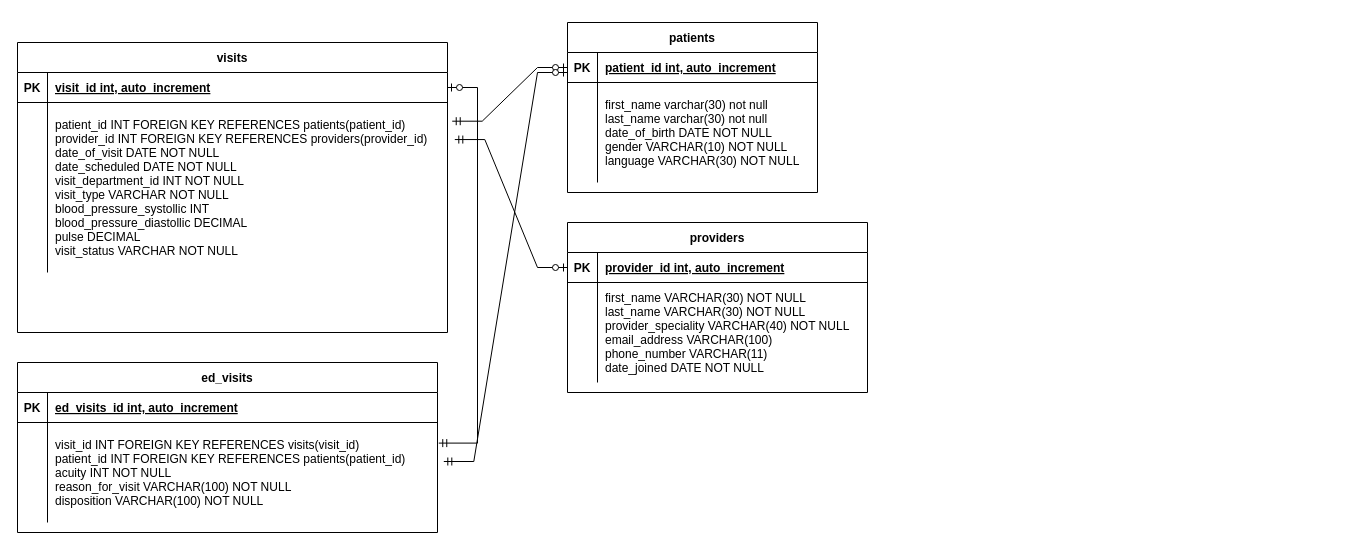
Before: Untitled Diagram.drawio in shadysina/datasharing, a draw.io diagram. Source tidied: cells renumbered, new cells numbered last; positions are measured from the earlier drawing's top-left corner, leaving out a move shared by most shapes. Both pictures are drawn from the tidied source at 100%, with x=0, y=0 at pixel (17, 22).
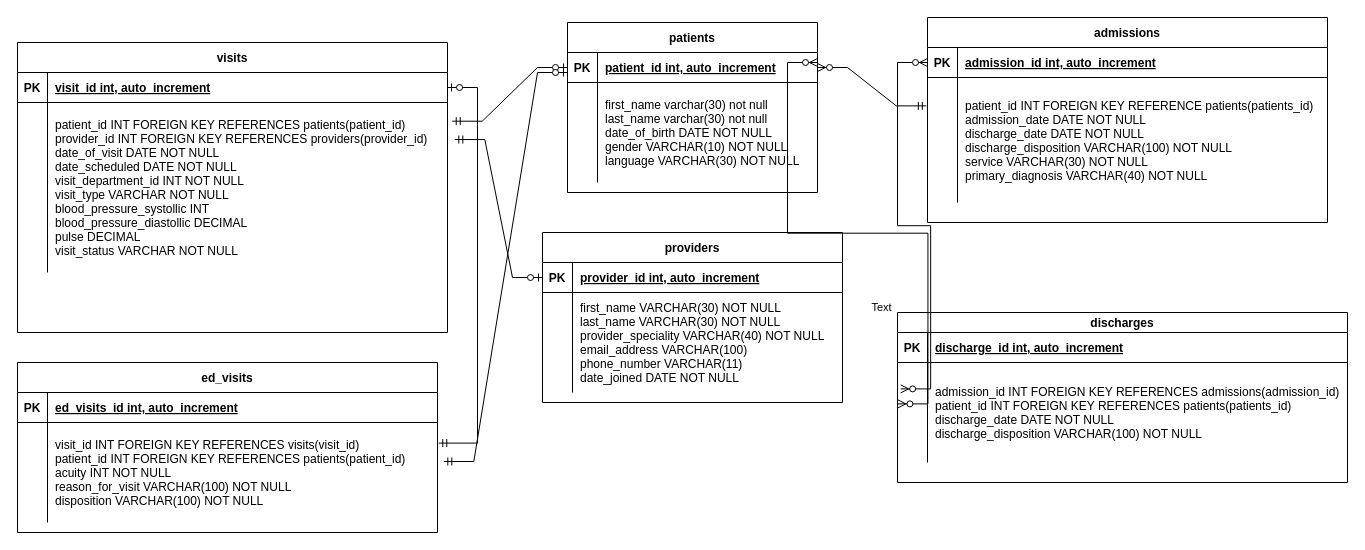
Above is the later version.

Unchanged cells that the change refers to:
```xml
<mxCell id="3" style="shape=partialRectangle;fillColor=none;points=[[0,0.5],[1,0.5]];portConstraint=eastwest;top=0;left=0;right=0;bottom=1;" parent="2" vertex="1">
  <mxGeometry y="30" width="250" height="30" as="geometry" />
</mxCell>
```

Change to the diagram source:
```diff
@@
     <mxCell id="9" value="providers" style="shape=table;startSize=30;childLayout=tableLayout;rowLines=0;fontStyle=1;align=center;" parent="1" vertex="1">
-      <mxGeometry x="550" y="200" width="300" height="170" as="geometry" />
+      <mxGeometry x="525" y="210" width="300" height="170" as="geometry" />
     </mxCell>
@@
+    <mxCell id="34" value="admissions" style="shape=table;startSize=30;childLayout=tableLayout;rowLines=0;fontStyle=1;align=center;" parent="1" vertex="1">
+      <mxGeometry x="910" y="-5" width="400" height="205" as="geometry" />
+    </mxCell>
+    <mxCell id="35" style="shape=partialRectangle;fillColor=none;points=[[0,0.5],[1,0.5]];portConstraint=eastwest;top=0;left=0;right=0;bottom=1;" parent="34" vertex="1">
+      <mxGeometry y="30" width="400" height="30" as="geometry" />
+    </mxCell>
+    <mxCell id="36" value="PK" style="shape=partialRectangle;overflow=hidden;fillColor=none;top=0;left=0;bottom=0;right=0;fontStyle=1;" parent="35" vertex="1">
+      <mxGeometry width="30" height="30" as="geometry" />
+    </mxCell>
+    <mxCell id="37" value="admission_id int, auto_increment" style="shape=partialRectangle;overflow=hidden;fillColor=none;top=0;left=0;bottom=0;right=0;align=left;spacingLeft=6;fontStyle=5;" parent="35" vertex="1">
+      <mxGeometry x="30" width="370" height="30" as="geometry" />
+    </mxCell>
+    <mxCell id="38" style="shape=partialRectangle;fillColor=none;points=[[0,0.5],[1,0.5]];portConstraint=eastwest;top=0;left=0;right=0;bottom=0;" parent="34" vertex="1">
+      <mxGeometry y="60" width="400" height="125" as="geometry" />
+    </mxCell>
+    <mxCell id="39" style="shape=partialRectangle;overflow=hidden;fillColor=none;top=0;left=0;bottom=0;right=0;" parent="38" vertex="1">
+      <mxGeometry width="30" height="125" as="geometry" />
+    </mxCell>
+    <mxCell id="40" value="patient_id INT&#9;FOREIGN KEY REFERENCE patients(patients_id)&#10;admission_date DATE NOT NULL&#10;discharge_date&#9;DATE NOT NULL&#10;discharge_disposition VARCHAR(100) NOT NULL&#10;service&#9;VARCHAR(30) NOT NULL&#10;primary_diagnosis VARCHAR(40) NOT NULL" style="shape=partialRectangle;overflow=hidden;fillColor=none;top=0;left=0;bottom=0;right=0;align=left;spacingLeft=6;" parent="38" vertex="1">
+      <mxGeometry x="30" width="370" height="125" as="geometry" />
+    </mxCell>
+    <mxCell id="41" style="edgeStyle=entityRelationEdgeStyle;fontSize=12;html=1;endArrow=ERzeroToMany;startArrow=ERmandOne;rounded=0;entryX=1;entryY=0.5;entryDx=0;entryDy=0;exitX=-0.003;exitY=0.227;exitDx=0;exitDy=0;exitPerimeter=0;" parent="1" edge="1" source="38" target="3">
+      <mxGeometry relative="1" as="geometry" />
+    </mxCell>
+    <mxCell id="42" value="discharges" style="shape=table;startSize=20;childLayout=tableLayout;rowLines=0;fontStyle=1;align=center;" parent="1" vertex="1">
+      <mxGeometry x="880" y="290" width="450" height="170" as="geometry" />
+    </mxCell>
+    <mxCell id="43" style="shape=partialRectangle;fillColor=none;top=0;left=0;right=0;bottom=1;" parent="42" vertex="1">
+      <mxGeometry y="20" width="450" height="30" as="geometry" />
+    </mxCell>
+    <mxCell id="44" value="PK" style="shape=partialRectangle;overflow=hidden;fillColor=none;top=0;left=0;bottom=0;right=0;fontStyle=1;" parent="43" vertex="1">
+      <mxGeometry width="30" height="30" as="geometry" />
+    </mxCell>
+    <mxCell id="45" value="discharge_id int, auto_increment" style="shape=partialRectangle;overflow=hidden;fillColor=none;top=0;left=0;bottom=0;right=0;align=left;spacingLeft=6;fontStyle=5;" parent="43" vertex="1">
+      <mxGeometry x="30" width="420" height="30" as="geometry" />
+    </mxCell>
+    <mxCell id="46" style="shape=partialRectangle;fillColor=none;points=[[0,0.5],[1,0.5]];portConstraint=eastwest;top=0;left=0;right=0;bottom=0;" parent="42" vertex="1">
+      <mxGeometry y="50" width="450" height="100" as="geometry" />
+    </mxCell>
+    <mxCell id="47" style="shape=partialRectangle;overflow=hidden;fillColor=none;top=0;left=0;bottom=0;right=0;" parent="46" vertex="1">
+      <mxGeometry width="30" height="100" as="geometry" />
+    </mxCell>
+    <mxCell id="48" value="admission_id INT FOREIGN KEY REFERENCES admissions(admission_id)&#10;patient_id INT FOREIGN KEY REFERENCES patients(patients_id)&#10;discharge_date DATE NOT NULL&#10;discharge_disposition VARCHAR(100) NOT NULL" style="shape=partialRectangle;overflow=hidden;fillColor=none;top=0;left=0;bottom=0;right=0;align=left;spacingLeft=6;" parent="46" vertex="1">
+      <mxGeometry x="30" width="420" height="100" as="geometry" />
+    </mxCell>
+    <mxCell id="49" style="edgeStyle=entityRelationEdgeStyle;fontSize=12;html=1;endArrow=ERzeroToMany;endFill=1;startArrow=ERzeroToMany;rounded=0;entryX=0;entryY=0.5;entryDx=0;entryDy=0;exitX=0.007;exitY=0.264;exitDx=0;exitDy=0;exitPerimeter=0;" parent="1" edge="1" source="46" target="35">
+      <mxGeometry relative="1" as="geometry">
+        <Array as="points">
+          <mxPoint x="880" y="330" />
+          <mxPoint x="860" y="250" />
+          <mxPoint x="850" y="250" />
+          <mxPoint x="840" y="190" />
+          <mxPoint x="850" y="183" />
+          <mxPoint x="880" y="330" />
+          <mxPoint x="790" y="160" />
+        </Array>
+      </mxGeometry>
+    </mxCell>
+    <mxCell id="50" value="Text" style="edgeLabel;html=1;align=center;verticalAlign=middle;" parent="49" vertex="1">
+      <mxGeometry x="-0.47" relative="1" as="geometry">
+        <mxPoint x="-50" y="-1" as="offset" />
+      </mxGeometry>
+    </mxCell>
+    <mxCell id="51" style="edgeStyle=entityRelationEdgeStyle;fontSize=12;html=1;endArrow=ERzeroToMany;endFill=1;startArrow=ERzeroToMany;rounded=0;exitX=0.001;exitY=0.414;exitDx=0;exitDy=0;exitPerimeter=0;" parent="1" edge="1" source="46">
+      <mxGeometry relative="1" as="geometry">
+        <mxPoint x="800" y="40" as="targetPoint" />
+      </mxGeometry>
+    </mxCell>
```
